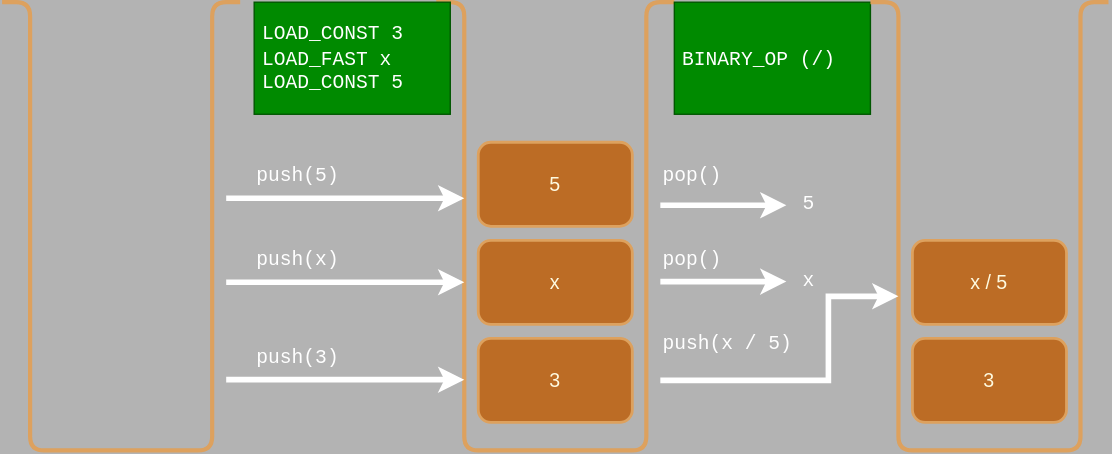
Before: 3-Stacks/images/stack4.svg, a diagram exported from draw.io (JAC-CS-Programming-4-W24/Notes). Source tidied: cells renumbered, new cells last; positions are measured from the earlier drawing's top-left corner, leaving out a move shared by most shapes.
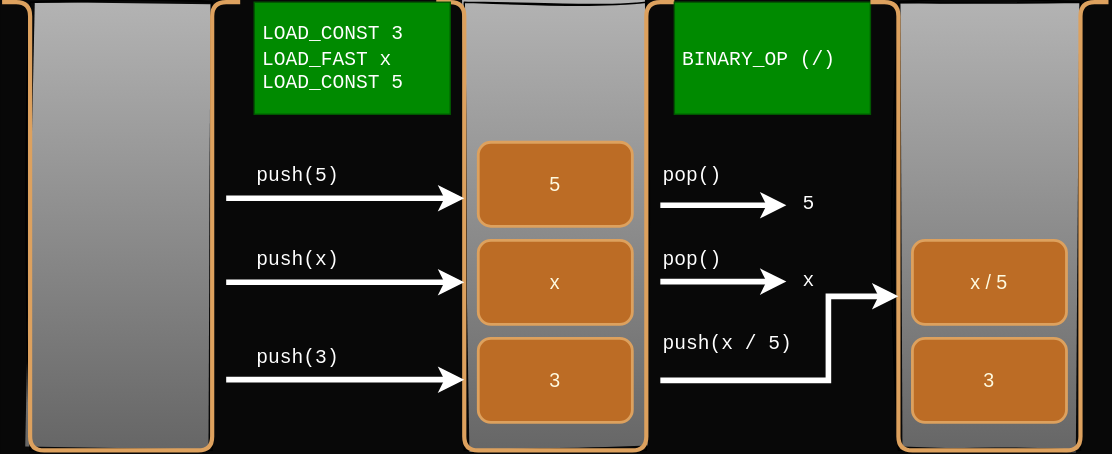
After the commit.

What changed in the source:
```diff
@@ -1,7 +1,16 @@
-<mxGraphModel background="#B3B3B3">
+<mxGraphModel background="#080808">
   <root>
     <mxCell id="0" />
     <mxCell id="1" parent="0" />
+    <mxCell id="31" style="rounded=0;whiteSpace=wrap;html=1;sketch=1;hachureGap=4;jiggle=2;curveFitting=1;fontFamily=Architects Daughter;fontSource=https%3A%2F%2Ffonts.googleapis.com%2Fcss%3Ffamily%3DArchitects%2BDaughter;fontSize=20;gradientColor=#666666;fillColor=#B3B3B3;" parent="1" vertex="1">
+      <mxGeometry x="640" width="130" height="320" as="geometry" />
+    </mxCell>
+    <mxCell id="32" style="rounded=0;whiteSpace=wrap;html=1;sketch=1;hachureGap=4;jiggle=2;curveFitting=1;fontFamily=Architects Daughter;fontSource=https%3A%2F%2Ffonts.googleapis.com%2Fcss%3Ffamily%3DArchitects%2BDaughter;fontSize=20;gradientColor=#666666;fillColor=#B3B3B3;" parent="1" vertex="1">
+      <mxGeometry x="330" width="130" height="320" as="geometry" />
+    </mxCell>
+    <mxCell id="33" style="rounded=0;whiteSpace=wrap;html=1;sketch=1;hachureGap=4;jiggle=2;curveFitting=1;fontFamily=Architects Daughter;fontSource=https%3A%2F%2Ffonts.googleapis.com%2Fcss%3Ffamily%3DArchitects%2BDaughter;fontSize=20;gradientColor=#666666;fillColor=#B3B3B3;" parent="1" vertex="1">
+      <mxGeometry x="20" width="130" height="320" as="geometry" />
+    </mxCell>
     <mxCell id="2" style="endArrow=none;html=1;rounded=1;edgeStyle=orthogonalEdgeStyle;strokeWidth=3;labelBackgroundColor=#283618;strokeColor=#DDA15E;fontColor=#FEFAE0;" parent="1" edge="1">
       <mxGeometry relative="1" as="geometry">
         <mxPoint as="sourcePoint" />
```
